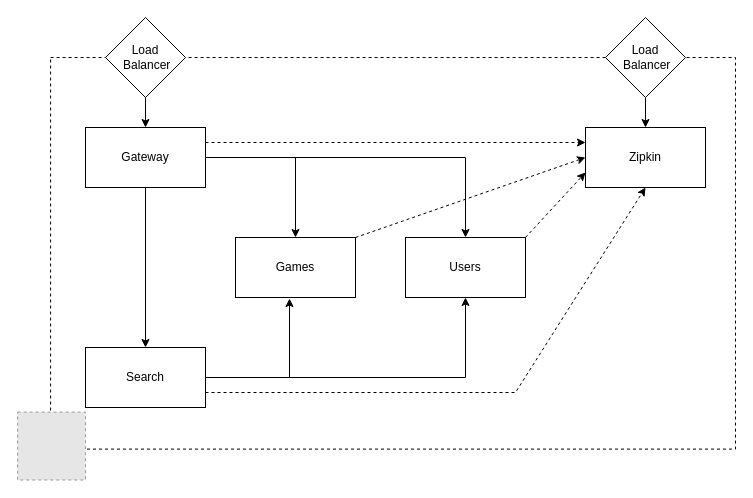
This is doc/architecture.drawio from sve2-2021ss/project-FelixStumvoll, a draw.io file, before an edit. Source tidied: cells renumbered, new cells numbered last; positions are measured from the earlier drawing's top-left corner, leaving out a move shared by most shapes. Both pictures are drawn from the tidied source at 100%, with x=0, y=0 at pixel (17, 17). Pictures stored in the file or linked from it are replaced by grey dashed boxes.
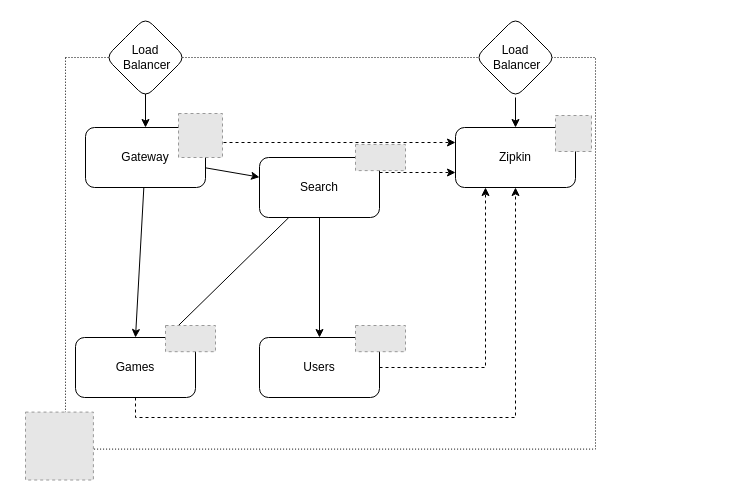
Above is the later version.

What changed in the source:
```diff
@@
-    <mxCell id="2" style="rounded=0;whiteSpace=wrap;html=1;dashed=1;" parent="1" vertex="1">
-      <mxGeometry x="33.1" y="40" width="684.9" height="391.6" as="geometry" />
+    <mxCell id="2" style="rounded=0;whiteSpace=wrap;html=1;dashed=1;dashPattern=1 2;fillColor=none;" parent="1" vertex="1">
+      <mxGeometry x="48" y="40" width="530" height="391.6" as="geometry" />
     </mxCell>
+    <mxCell id="19" value="Zipkin" style="rounded=1;whiteSpace=wrap;html=1;glass=0;sketch=0;shadow=0;" parent="1" vertex="1">
+      <mxGeometry x="438" y="110" width="120" height="60" as="geometry" />
+    </mxCell>
+    <mxCell id="22" style="rounded=0;whiteSpace=wrap;html=1;shadow=0;glass=0;dashed=1;dashPattern=1 2;sketch=0;strokeColor=none;" parent="1" vertex="1">
+      <mxGeometry x="551" y="110" width="10" height="12" as="geometry" />
+    </mxCell>
     <mxCell id="3" style="fillColor=#E6E6E6;strokeColor=#999999;dashed=1;verticalLabelPosition=bottom;labelBackgroundColor=#ffffff;verticalAlign=top;" parent="1" vertex="1">
-      <mxGeometry x="0.1" y="394.6" width="67.9" height="67.9" as="geometry" />
+      <mxGeometry x="8" y="394.6" width="67.9" height="67.9" as="geometry" />
     </mxCell>
@@
-    <mxCell id="5" style="edgeStyle=orthogonalEdgeStyle;rounded=0;jettySize=auto;html=1;exitX=1;exitY=0.5;exitDx=0;exitDy=0;" parent="1" edge="1" source="9" target="15">
-      <mxGeometry relative="1" as="geometry" />
-    </mxCell>
+    <mxCell id="8" style="rounded=0;jettySize=auto;html=1;entryX=0;entryY=0.25;entryDx=0;entryDy=0;dashed=1;exitX=1;exitY=0.25;exitDx=0;exitDy=0;" parent="1" edge="1" source="9" target="19">
+      <mxGeometry relative="1" as="geometry" />
+    </mxCell>
+    <mxCell id="7" style="rounded=0;sketch=0;jettySize=auto;html=1;" parent="1" edge="1" source="9" target="13">
+      <mxGeometry relative="1" as="geometry" />
+    </mxCell>
-    <mxCell id="6" style="edgeStyle=orthogonalEdgeStyle;rounded=0;jettySize=auto;html=1;exitX=1;exitY=0.5;exitDx=0;exitDy=0;entryX=0.5;entryY=0;entryDx=0;entryDy=0;" parent="1" edge="1" source="9" target="17">
+    <mxCell id="6" style="edgeStyle=none;rounded=0;sketch=0;jettySize=auto;html=1;entryX=0.5;entryY=0;entryDx=0;entryDy=0;" parent="1" edge="1" source="9" target="17">
       <mxGeometry relative="1" as="geometry" />
     </mxCell>
-    <mxCell id="7" style="edgeStyle=orthogonalEdgeStyle;rounded=0;jettySize=auto;html=1;exitX=0.5;exitY=1;exitDx=0;exitDy=0;entryX=0.5;entryY=0;entryDx=0;entryDy=0;" parent="1" edge="1" source="9" target="13">
-      <mxGeometry relative="1" as="geometry" />
-    </mxCell>
-    <mxCell id="8" style="rounded=0;jettySize=auto;html=1;entryX=0;entryY=0.25;entryDx=0;entryDy=0;dashed=1;exitX=1;exitY=0.25;exitDx=0;exitDy=0;" parent="1" edge="1" source="9" target="19">
-      <mxGeometry relative="1" as="geometry" />
-    </mxCell>
-    <mxCell id="9" value="Gateway" style="rounded=0;whiteSpace=wrap;html=1;" parent="1" vertex="1">
+    <mxCell id="9" value="Gateway" style="rounded=1;whiteSpace=wrap;html=1;shadow=0;" parent="1" vertex="1">
       <mxGeometry x="68" y="110" width="120" height="60" as="geometry" />
     </mxCell>
-    <mxCell id="10" style="edgeStyle=orthogonalEdgeStyle;rounded=0;jettySize=auto;html=1;exitX=1;exitY=0.5;exitDx=0;exitDy=0;entryX=0.45;entryY=1.017;entryDx=0;entryDy=0;entryPerimeter=0;" parent="1" edge="1" source="13" target="17">
+    <mxCell id="10" style="edgeStyle=none;rounded=0;sketch=0;jettySize=auto;html=1;" parent="1" edge="1" source="13" target="17">
       <mxGeometry relative="1" as="geometry" />
     </mxCell>
-    <mxCell id="11" style="edgeStyle=orthogonalEdgeStyle;rounded=0;jettySize=auto;html=1;exitX=1;exitY=0.5;exitDx=0;exitDy=0;entryX=0.5;entryY=1;entryDx=0;entryDy=0;" parent="1" edge="1" source="13" target="15">
+    <mxCell id="11" style="edgeStyle=none;rounded=0;sketch=0;jettySize=auto;html=1;entryX=0.5;entryY=0;entryDx=0;entryDy=0;" parent="1" edge="1" source="13" target="15">
       <mxGeometry relative="1" as="geometry" />
     </mxCell>
-    <mxCell id="12" style="edgeStyle=none;rounded=0;jettySize=auto;html=1;exitX=1;exitY=0.75;exitDx=0;exitDy=0;entryX=0.5;entryY=1;entryDx=0;entryDy=0;dashed=1;" parent="1" edge="1" source="13" target="19">
-      <mxGeometry relative="1" as="geometry">
-        <Array as="points">
-          <mxPoint x="498" y="375" />
-        </Array>
-      </mxGeometry>
+    <mxCell id="12" style="edgeStyle=none;rounded=0;sketch=0;jettySize=auto;html=1;exitX=1;exitY=0.25;exitDx=0;exitDy=0;entryX=0;entryY=0.75;entryDx=0;entryDy=0;dashed=1;" parent="1" edge="1" source="13" target="19">
+      <mxGeometry relative="1" as="geometry" />
     </mxCell>
-    <mxCell id="13" value="Search" style="rounded=0;whiteSpace=wrap;html=1;" parent="1" vertex="1">
-      <mxGeometry x="68" y="330" width="120" height="60" as="geometry" />
+    <mxCell id="13" value="Search" style="rounded=1;whiteSpace=wrap;html=1;shadow=0;" parent="1" vertex="1">
+      <mxGeometry x="242" y="140" width="120" height="60" as="geometry" />
     </mxCell>
-    <mxCell id="14" style="edgeStyle=none;rounded=0;jettySize=auto;html=1;exitX=1;exitY=0;exitDx=0;exitDy=0;entryX=0;entryY=0.75;entryDx=0;entryDy=0;dashed=1;" parent="1" edge="1" source="15" target="19">
+    <mxCell id="14" style="edgeStyle=orthogonalEdgeStyle;rounded=0;sketch=0;jettySize=auto;html=1;entryX=0.25;entryY=1;entryDx=0;entryDy=0;dashed=1;" parent="1" edge="1" source="15" target="19">
       <mxGeometry relative="1" as="geometry" />
     </mxCell>
-    <mxCell id="15" value="Users" style="rounded=0;whiteSpace=wrap;html=1;" parent="1" vertex="1">
-      <mxGeometry x="388" y="220" width="120" height="60" as="geometry" />
+    <mxCell id="15" value="Users" style="rounded=1;whiteSpace=wrap;html=1;shadow=0;" parent="1" vertex="1">
+      <mxGeometry x="242" y="320" width="120" height="60" as="geometry" />
     </mxCell>
-    <mxCell id="16" style="edgeStyle=none;rounded=0;jettySize=auto;html=1;exitX=1;exitY=0;exitDx=0;exitDy=0;entryX=0;entryY=0.5;entryDx=0;entryDy=0;dashed=1;" parent="1" edge="1" source="17" target="19">
-      <mxGeometry relative="1" as="geometry" />
+    <mxCell id="16" style="edgeStyle=orthogonalEdgeStyle;rounded=0;sketch=0;jettySize=auto;html=1;entryX=0.5;entryY=1;entryDx=0;entryDy=0;dashed=1;" parent="1" edge="1" source="17" target="19">
+      <mxGeometry relative="1" as="geometry">
+        <Array as="points">
+          <mxPoint x="118" y="400" />
+          <mxPoint x="498" y="400" />
+        </Array>
+      </mxGeometry>
     </mxCell>
-    <mxCell id="17" value="Games" style="rounded=0;whiteSpace=wrap;html=1;" parent="1" vertex="1">
-      <mxGeometry x="218" y="220" width="120" height="60" as="geometry" />
+    <mxCell id="17" value="Games" style="rounded=1;whiteSpace=wrap;html=1;shadow=0;" parent="1" vertex="1">
+      <mxGeometry x="58" y="320" width="120" height="60" as="geometry" />
     </mxCell>
-    <mxCell id="18" value="Load&lt;br&gt;&amp;nbsp;Balancer" style="rhombus;whiteSpace=wrap;html=1;" parent="1" vertex="1">
+    <mxCell id="18" value="Load&lt;br&gt;&amp;nbsp;Balancer" style="rhombus;whiteSpace=wrap;html=1;rounded=1;" parent="1" vertex="1">
       <mxGeometry x="88" width="80" height="80" as="geometry" />
     </mxCell>
-    <mxCell id="19" value="Zipkin" style="rounded=0;whiteSpace=wrap;html=1;" parent="1" vertex="1">
-      <mxGeometry x="568" y="110" width="120" height="60" as="geometry" />
-    </mxCell>
@@
-    <mxCell id="21" value="Load&lt;br&gt;&amp;nbsp;Balancer" style="rhombus;whiteSpace=wrap;html=1;" parent="1" vertex="1">
-      <mxGeometry x="588" width="80" height="80" as="geometry" />
+    <mxCell id="21" value="Load&lt;br&gt;&amp;nbsp;Balancer" style="rhombus;whiteSpace=wrap;html=1;rounded=1;" parent="1" vertex="1">
+      <mxGeometry x="458" width="80" height="80" as="geometry" />
     </mxCell>
+    <mxCell id="23" style="fillColor=#E6E6E6;strokeColor=#999999;dashed=1;verticalLabelPosition=bottom;labelBackgroundColor=#ffffff;verticalAlign=top;" parent="1" vertex="1">
+      <mxGeometry x="538" y="98" width="36" height="36" as="geometry" />
+    </mxCell>
+    <mxCell id="24" style="fillColor=#E6E6E6;strokeColor=#999999;dashed=1;verticalLabelPosition=bottom;labelBackgroundColor=#ffffff;verticalAlign=top;" parent="1" vertex="1">
+      <mxGeometry x="338" y="308" width="50" height="26.2" as="geometry" />
+    </mxCell>
+    <mxCell id="25" style="fillColor=#E6E6E6;strokeColor=#999999;dashed=1;verticalLabelPosition=bottom;labelBackgroundColor=#ffffff;verticalAlign=top;" parent="1" vertex="1">
+      <mxGeometry x="338" y="126.9" width="50" height="26.2" as="geometry" />
+    </mxCell>
+    <mxCell id="26" style="fillColor=#E6E6E6;strokeColor=#999999;dashed=1;verticalLabelPosition=bottom;labelBackgroundColor=#ffffff;verticalAlign=top;" parent="1" vertex="1">
+      <mxGeometry x="161" y="96" width="44" height="44" as="geometry" />
+    </mxCell>
+    <mxCell id="27" style="fillColor=#E6E6E6;strokeColor=#999999;dashed=1;verticalLabelPosition=bottom;labelBackgroundColor=#ffffff;verticalAlign=top;" parent="1" vertex="1">
+      <mxGeometry x="148" y="308" width="50" height="26.2" as="geometry" />
+    </mxCell>
```
